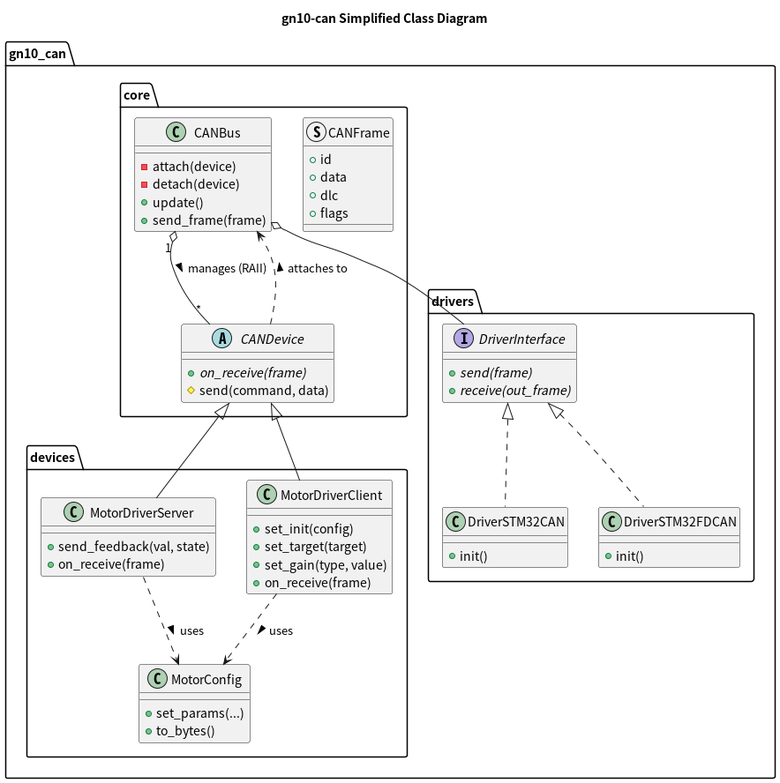
The PlantUML diagram uml/class_diagram_simplified.png in ararobo/GN10CANModels, before a commit.
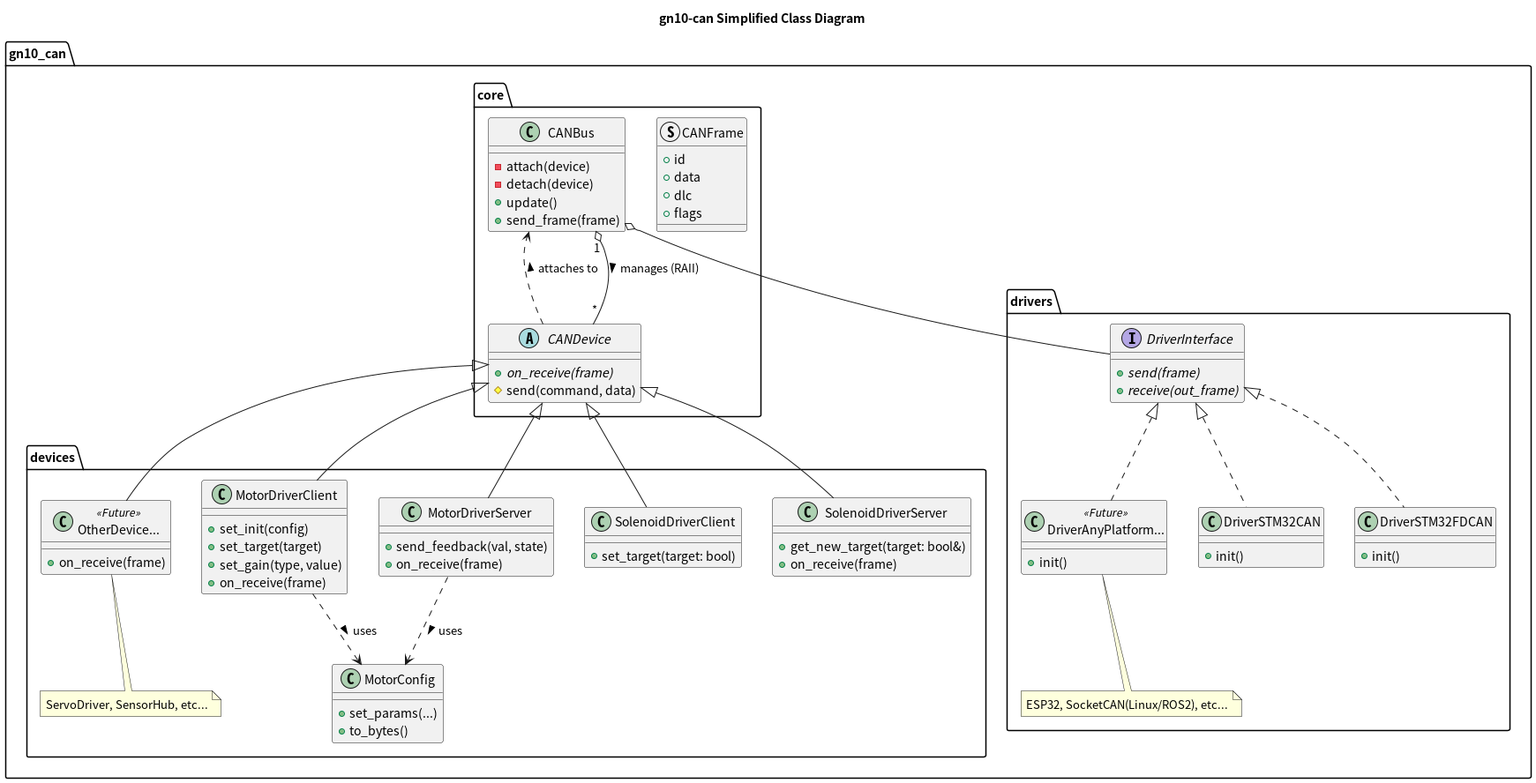
After the commit.

Commit message:
update:UML to reflect extensibility of Device and DriverInterface

The edit, as a diff of the source:
```diff
@@ -37,6 +37,12 @@
         class DriverSTM32FDCAN {
             + init()
         }
+
+        class "DriverAnyPlatform..." as DriverOther <<Future>> {
+            + init()
+        }
+        note "ESP32, SocketCAN(Linux/ROS2), etc..." as NoteDriverOther
+        DriverOther .. NoteDriverOther
     }
 
     namespace devices {
@@ -56,18 +62,37 @@
             + set_params(...)
             + to_bytes()
         }
+
+        class SolenoidDriverClient {
+            + set_target(target: bool)
+        }
+
+        class SolenoidDriverServer {
+            + get_new_target(target: bool&)
+            + on_receive(frame)
+        }
+
+        class "OtherDevice..." as OtherDevice <<Future>> {
+            + on_receive(frame)
+        }
+        note "ServoDriver, SensorHub, etc..." as NoteOtherDevice
+        OtherDevice .. NoteOtherDevice
     }
 
     core.CANBus o-- drivers.DriverInterface
     core.CANBus "1" o-- "*" core.CANDevice : manages (RAII) >
     core.CANDevice <|-- devices.MotorDriverClient
     core.CANDevice <|-- devices.MotorDriverServer
+    core.CANDevice <|-- devices.SolenoidDriverClient
+    core.CANDevice <|-- devices.SolenoidDriverServer
+    core.CANDevice <|-- devices.OtherDevice
     core.CANDevice ..> core.CANBus : attaches to >
     devices.MotorDriverClient ..> devices.MotorConfig : uses >
     devices.MotorDriverServer ..> devices.MotorConfig : uses >
 
     drivers.DriverInterface <|.. drivers.DriverSTM32CAN
     drivers.DriverInterface <|.. drivers.DriverSTM32FDCAN
+    drivers.DriverInterface <|.. drivers.DriverOther
 }
 
 @enduml
```
